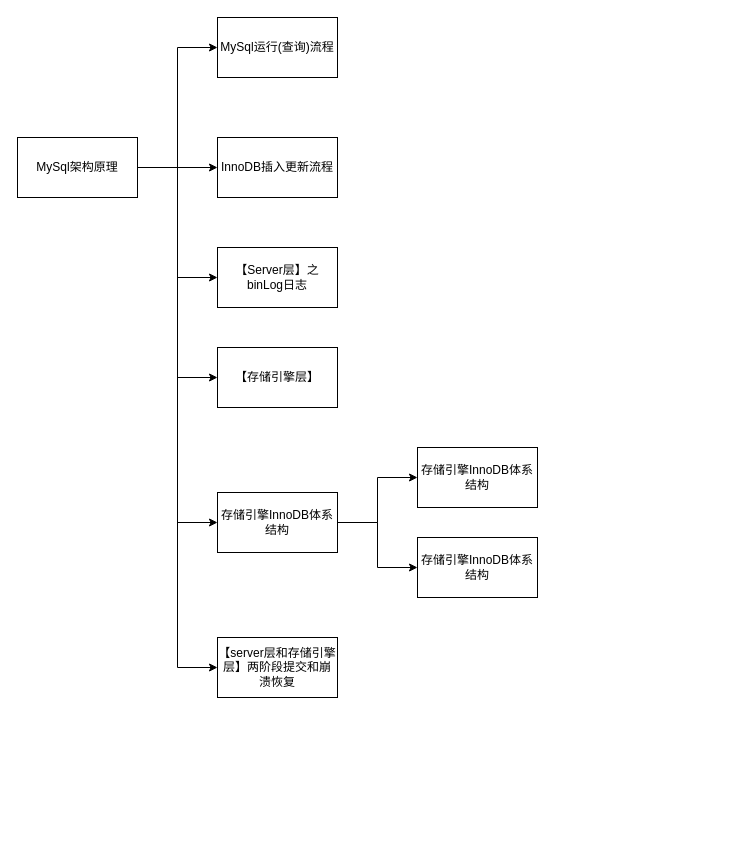
Above: images/draw/121.MySqlFramework.drawio in wt1814/wt1814.github.io (draw.io), before the change. Source tidied: cells renumbered, new cells numbered last; positions are measured from the earlier drawing's top-left corner, leaving out a move shared by most shapes. Both pictures are drawn from the tidied source at 100%, with x=0, y=0 at pixel (17, 17).
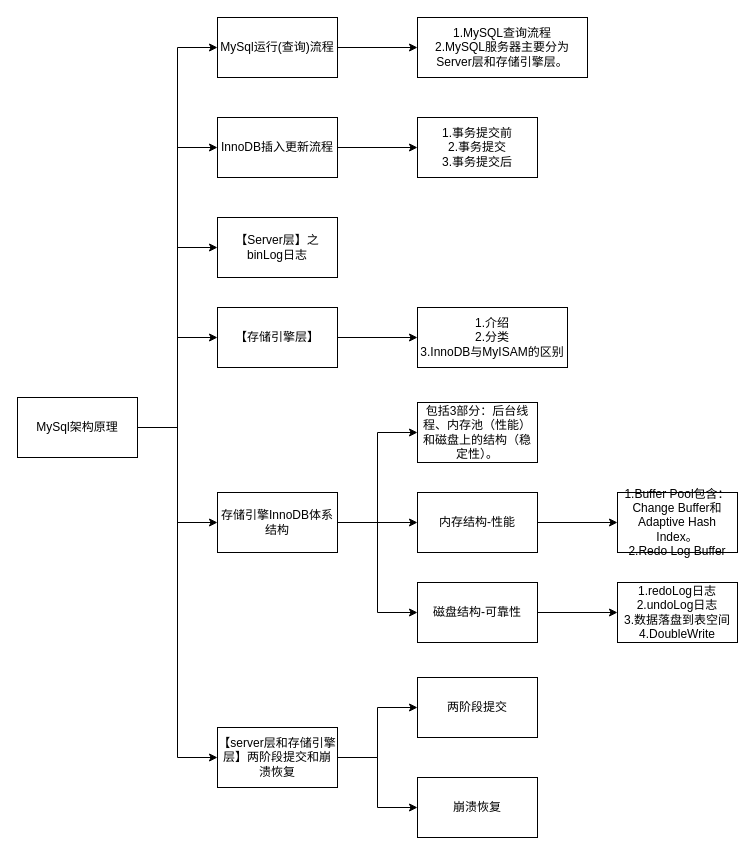
After the change.

The change refers to these unchanged cells:
```xml
<mxCell id="12" value="MySql运行(查询)流程" style="rounded=0;whiteSpace=wrap;html=1;" parent="1" vertex="1">
  <mxGeometry x="200" width="120" height="60" as="geometry" />
</mxCell>
<mxCell id="16" value="存储引擎InnoDB体系结构" style="rounded=0;whiteSpace=wrap;html=1;" parent="1" vertex="1">
  <mxGeometry x="200" y="475" width="120" height="60" as="geometry" />
</mxCell>
```

Change to the diagram source:
```diff
@@
-    <mxCell id="2" style="edgeStyle=orthogonalEdgeStyle;rounded=0;jettySize=auto;html=1;" parent="1" edge="1" source="8" target="9">
+    <mxCell id="2" style="edgeStyle=orthogonalEdgeStyle;rounded=0;jettySize=auto;html=1;entryX=0;entryY=0.5;entryDx=0;entryDy=0;" parent="1" edge="1" source="8" target="9">
       <mxGeometry relative="1" as="geometry" />
     </mxCell>
@@
     <mxCell id="8" value="MySql架构原理" style="rounded=0;whiteSpace=wrap;html=1;" parent="1" vertex="1">
-      <mxGeometry y="120" width="120" height="60" as="geometry" />
+      <mxGeometry y="380" width="120" height="60" as="geometry" />
     </mxCell>
+    <mxCell id="19" style="edgeStyle=orthogonalEdgeStyle;rounded=0;jettySize=auto;html=1;" parent="1" edge="1" source="9" target="27">
+      <mxGeometry relative="1" as="geometry" />
+    </mxCell>
     <mxCell id="9" value="InnoDB插入更新流程" style="rounded=0;whiteSpace=wrap;html=1;" parent="1" vertex="1">
-      <mxGeometry x="200" y="120" width="120" height="60" as="geometry" />
+      <mxGeometry x="200" y="100" width="120" height="60" as="geometry" />
     </mxCell>
+    <mxCell id="20" style="edgeStyle=orthogonalEdgeStyle;rounded=0;jettySize=auto;html=1;" parent="1" edge="1" source="10" target="28">
+      <mxGeometry relative="1" as="geometry" />
+    </mxCell>
     <mxCell id="10" value="【存储引擎层】" style="rounded=0;whiteSpace=wrap;html=1;" parent="1" vertex="1">
-      <mxGeometry x="200" y="330" width="120" height="60" as="geometry" />
+      <mxGeometry x="200" y="290" width="120" height="60" as="geometry" />
     </mxCell>
     <mxCell id="11" value="【Server层】之binLog日志" style="rounded=0;whiteSpace=wrap;html=1;" parent="1" vertex="1">
-      <mxGeometry x="200" y="230" width="120" height="60" as="geometry" />
+      <mxGeometry x="200" y="200" width="120" height="60" as="geometry" />
     </mxCell>
+    <mxCell id="21" style="edgeStyle=orthogonalEdgeStyle;rounded=0;jettySize=auto;html=1;" parent="1" edge="1" source="12" target="26">
+      <mxGeometry relative="1" as="geometry" />
+    </mxCell>
@@
+    <mxCell id="22" style="edgeStyle=orthogonalEdgeStyle;rounded=0;jettySize=auto;html=1;" parent="1" edge="1" source="13" target="33">
+      <mxGeometry relative="1" as="geometry" />
+    </mxCell>
+    <mxCell id="23" style="edgeStyle=orthogonalEdgeStyle;rounded=0;jettySize=auto;html=1;entryX=0;entryY=0.5;entryDx=0;entryDy=0;" parent="1" edge="1" source="13" target="34">
+      <mxGeometry relative="1" as="geometry" />
+    </mxCell>
     <mxCell id="13" value="【server层和存储引擎层】两阶段提交和崩溃恢复" style="rounded=0;whiteSpace=wrap;html=1;" parent="1" vertex="1">
-      <mxGeometry x="200" y="620" width="120" height="60" as="geometry" />
+      <mxGeometry x="200" y="710" width="120" height="60" as="geometry" />
     </mxCell>
-    <mxCell id="14" style="edgeStyle=orthogonalEdgeStyle;rounded=0;jettySize=auto;html=1;" parent="1" edge="1" source="16" target="17">
+    <mxCell id="14" style="edgeStyle=orthogonalEdgeStyle;rounded=0;jettySize=auto;html=1;entryX=0;entryY=0.5;entryDx=0;entryDy=0;" parent="1" edge="1" source="16" target="17">
       <mxGeometry relative="1" as="geometry" />
     </mxCell>
@@
+    <mxCell id="24" style="edgeStyle=orthogonalEdgeStyle;rounded=0;jettySize=auto;html=1;entryX=0;entryY=0.5;entryDx=0;entryDy=0;" parent="1" edge="1" source="16" target="30">
+      <mxGeometry relative="1" as="geometry" />
+    </mxCell>
@@
-    <mxCell id="17" value="存储引擎InnoDB体系结构" style="rounded=0;whiteSpace=wrap;html=1;" parent="1" vertex="1">
-      <mxGeometry x="400" y="430" width="120" height="60" as="geometry" />
+    <mxCell id="17" value="包括3部分：后台线程、内存池（性能）和磁盘上的结构（稳定性）。" style="rounded=0;whiteSpace=wrap;html=1;" parent="1" vertex="1">
+      <mxGeometry x="400" y="385" width="120" height="60" as="geometry" />
     </mxCell>
+    <mxCell id="25" style="edgeStyle=orthogonalEdgeStyle;rounded=0;jettySize=auto;html=1;" parent="1" edge="1" source="18" target="31">
+      <mxGeometry relative="1" as="geometry" />
+    </mxCell>
-    <mxCell id="18" value="存储引擎InnoDB体系结构" style="rounded=0;whiteSpace=wrap;html=1;" parent="1" vertex="1">
-      <mxGeometry x="400" y="520" width="120" height="60" as="geometry" />
+    <mxCell id="18" value="内存结构-性能" style="rounded=0;whiteSpace=wrap;html=1;" parent="1" vertex="1">
+      <mxGeometry x="400" y="475" width="120" height="60" as="geometry" />
     </mxCell>
+    <mxCell id="26" value="&lt;div&gt;1.MySQL查询流程&lt;/div&gt;&lt;div&gt;2.MySQL服务器主要分为Server层和存储引擎层。&lt;/div&gt;" style="rounded=0;whiteSpace=wrap;html=1;" parent="1" vertex="1">
+      <mxGeometry x="400" width="170" height="60" as="geometry" />
+    </mxCell>
+    <mxCell id="27" value="&lt;div&gt;1.事务提交前&lt;/div&gt;&lt;div&gt;2.事务提交&lt;/div&gt;&lt;div&gt;3.事务提交后&lt;/div&gt;" style="rounded=0;whiteSpace=wrap;html=1;" parent="1" vertex="1">
+      <mxGeometry x="400" y="100" width="120" height="60" as="geometry" />
+    </mxCell>
+    <mxCell id="28" value="&lt;div&gt;1.介绍&lt;/div&gt;&lt;div&gt;2.分类&lt;/div&gt;&lt;div&gt;3.InnoDB与MyISAM的区别&lt;/div&gt;" style="rounded=0;whiteSpace=wrap;html=1;" parent="1" vertex="1">
+      <mxGeometry x="400" y="290" width="150" height="60" as="geometry" />
+    </mxCell>
+    <mxCell id="29" style="edgeStyle=orthogonalEdgeStyle;rounded=0;jettySize=auto;html=1;" parent="1" edge="1" source="30" target="32">
+      <mxGeometry relative="1" as="geometry" />
+    </mxCell>
+    <mxCell id="30" value="磁盘结构-可靠性" style="rounded=0;whiteSpace=wrap;html=1;" parent="1" vertex="1">
+      <mxGeometry x="400" y="565" width="120" height="60" as="geometry" />
+    </mxCell>
+    <mxCell id="31" value="&lt;div&gt;1.Buffer Pool包含：Change Buffer和Adaptive Hash Index。&lt;/div&gt;&lt;div&gt;2.Redo Log Buffer&lt;/div&gt;" style="rounded=0;whiteSpace=wrap;html=1;" parent="1" vertex="1">
+      <mxGeometry x="600" y="475" width="120" height="60" as="geometry" />
+    </mxCell>
+    <mxCell id="32" value="&lt;div&gt;1.redoLog日志&lt;/div&gt;&lt;div&gt;2.undoLog日志&lt;/div&gt;&lt;div&gt;3.数据落盘到表空间&lt;/div&gt;&lt;div&gt;4.DoubleWrite&lt;/div&gt;" style="rounded=0;whiteSpace=wrap;html=1;" parent="1" vertex="1">
+      <mxGeometry x="600" y="565" width="120" height="60" as="geometry" />
+    </mxCell>
+    <mxCell id="33" value="两阶段提交" style="rounded=0;whiteSpace=wrap;html=1;" parent="1" vertex="1">
+      <mxGeometry x="400" y="660" width="120" height="60" as="geometry" />
+    </mxCell>
+    <mxCell id="34" value="崩溃恢复" style="rounded=0;whiteSpace=wrap;html=1;" parent="1" vertex="1">
+      <mxGeometry x="400" y="760" width="120" height="60" as="geometry" />
+    </mxCell>
```
